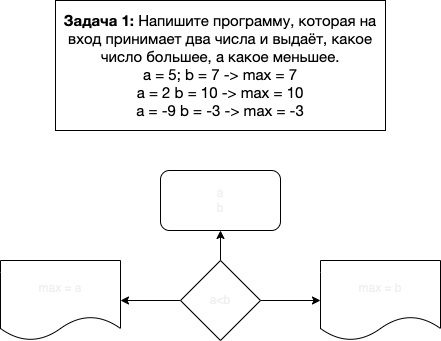
Above: HomeWork01/Task01/diagram.drawio.png in belkst/CSharp (draw.io), before the change. Source tidied: cells renumbered, new cells last; positions are measured from the earlier drawing's top-left corner, leaving out a move shared by most shapes.
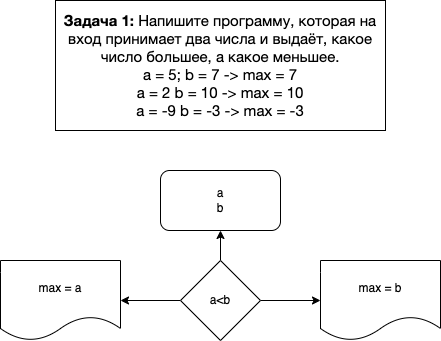
Above is the later version.

Commit message:
Удалил кривую парку

Diff of the diagram source:
```diff
@@ -5,7 +5,7 @@
     <mxCell id="2" value="&lt;p style=&quot;box-sizing: border-box ; margin: 0px ; font-family: &amp;#34;roboto&amp;#34; , &amp;#34;san francisco&amp;#34; , &amp;#34;helvetica neue&amp;#34; , &amp;#34;helvetica&amp;#34; , &amp;#34;arial&amp;#34; ; font-size: 15px&quot;&gt;&lt;span style=&quot;box-sizing: border-box ; font-weight: 700&quot;&gt;Задача 1:&lt;/span&gt;&lt;span class=&quot;Apple-converted-space&quot;&gt;&amp;nbsp;&lt;/span&gt;Напишите программу, которая на вход принимает два числа и выдаёт, какое число большее, а какое меньшее.&lt;/p&gt;&lt;p style=&quot;box-sizing: border-box ; margin: 0px ; font-family: &amp;#34;roboto&amp;#34; , &amp;#34;san francisco&amp;#34; , &amp;#34;helvetica neue&amp;#34; , &amp;#34;helvetica&amp;#34; , &amp;#34;arial&amp;#34; ; font-size: 15px&quot;&gt;a = 5; b = 7 -&amp;gt; max = 7&lt;br style=&quot;box-sizing: border-box&quot;&gt;a = 2 b = 10 -&amp;gt; max = 10&lt;br style=&quot;box-sizing: border-box&quot;&gt;a = -9 b = -3 -&amp;gt; max = -3&lt;/p&gt;" style="whiteSpace=wrap;html=1;" parent="1" vertex="1">
       <mxGeometry x="55" width="330" height="130" as="geometry" />
     </mxCell>
-    <mxCell id="3" value="a&lt;br&gt;b" style="rounded=1;whiteSpace=wrap;html=1;fontColor=#F0F0F0;" parent="1" vertex="1">
+    <mxCell id="3" value="&lt;font color=&quot;#000000&quot;&gt;a&lt;br&gt;b&lt;/font&gt;" style="rounded=1;whiteSpace=wrap;html=1;fontColor=#F0F0F0;" parent="1" vertex="1">
       <mxGeometry x="160" y="170" width="120" height="60" as="geometry" />
     </mxCell>
     <mxCell id="4" style="edgeStyle=none;html=1;fontColor=#F0F0F0;" parent="1" edge="1" source="7" target="3">
@@ -17,13 +17,13 @@
     <mxCell id="6" style="edgeStyle=none;html=1;fontColor=#F0F0F0;" parent="1" edge="1" source="7" target="9">
       <mxGeometry relative="1" as="geometry" />
     </mxCell>
-    <mxCell id="7" value="a&amp;lt;b" style="rhombus;whiteSpace=wrap;html=1;fontColor=#F0F0F0;" parent="1" vertex="1">
+    <mxCell id="7" value="&lt;font color=&quot;#000000&quot;&gt;a&amp;lt;b&lt;/font&gt;" style="rhombus;whiteSpace=wrap;html=1;fontColor=#F0F0F0;" parent="1" vertex="1">
       <mxGeometry x="180" y="260" width="80" height="80" as="geometry" />
     </mxCell>
-    <mxCell id="8" value="max = b" style="shape=document;whiteSpace=wrap;html=1;boundedLbl=1;fontColor=#F0F0F0;" parent="1" vertex="1">
+    <mxCell id="8" value="&lt;font color=&quot;#000000&quot;&gt;max = b&lt;/font&gt;" style="shape=document;whiteSpace=wrap;html=1;boundedLbl=1;fontColor=#F0F0F0;" parent="1" vertex="1">
       <mxGeometry x="320" y="260" width="120" height="80" as="geometry" />
     </mxCell>
-    <mxCell id="9" value="max = a" style="shape=document;whiteSpace=wrap;html=1;boundedLbl=1;fontColor=#F0F0F0;" parent="1" vertex="1">
+    <mxCell id="9" value="&lt;font color=&quot;#000000&quot;&gt;max = a&lt;/font&gt;" style="shape=document;whiteSpace=wrap;html=1;boundedLbl=1;fontColor=#F0F0F0;" parent="1" vertex="1">
       <mxGeometry y="260" width="120" height="80" as="geometry" />
     </mxCell>
   </root>
```
